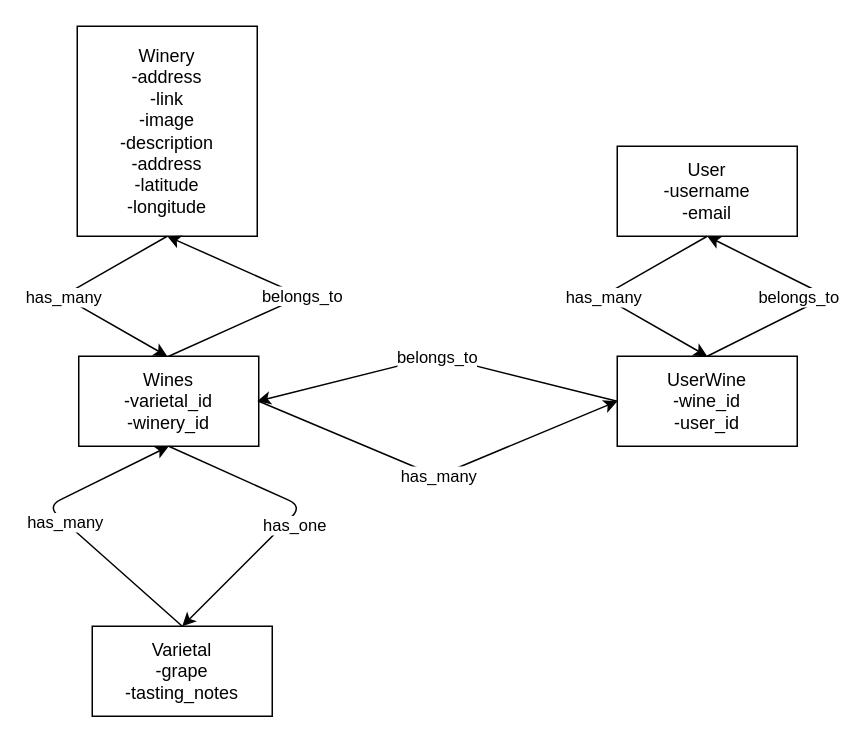
The draw.io diagram client/src/data/domain_model.drawio in Eccatoe/ShenandoahWines, before the edit. Source tidied: cells renumbered, new cells numbered last; positions are measured from the earlier drawing's top-left corner, leaving out a move shared by most shapes. Both pictures are drawn from the tidied source at 150%, with x=0, y=0 at pixel (46, 26).
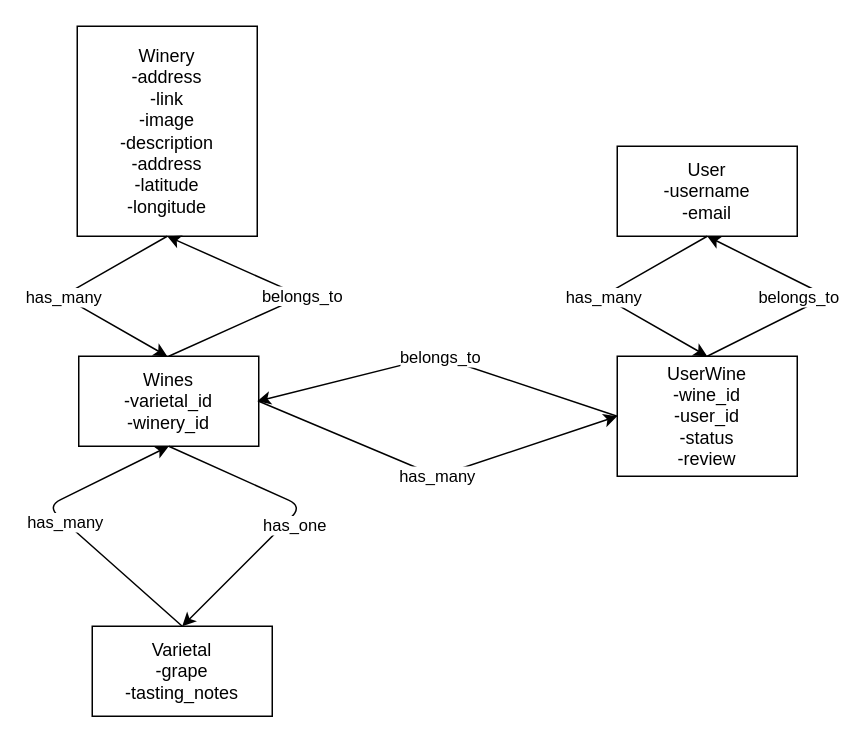
The same diagram, later.

Diff of the diagram source:
```diff
@@
-    <mxCell id="13" value="UserWine&lt;br&gt;-wine_id&lt;br&gt;-user_id" style="rounded=0;whiteSpace=wrap;html=1;" parent="1" vertex="1">
-      <mxGeometry x="380" y="220" width="120" height="60" as="geometry" />
+    <mxCell id="13" value="UserWine&lt;br&gt;-wine_id&lt;br&gt;-user_id&lt;br&gt;-status&lt;br&gt;-review" style="rounded=0;whiteSpace=wrap;html=1;" parent="1" vertex="1">
+      <mxGeometry x="380" y="220" width="120" height="80" as="geometry" />
     </mxCell>
```
